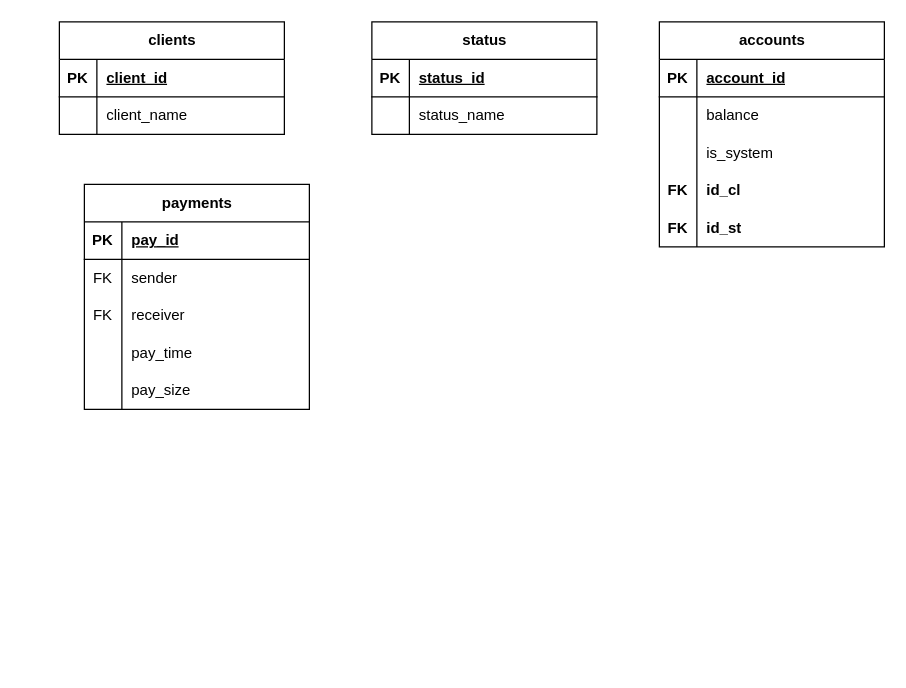
Earlier version of the draw.io diagram diargams/lab 2-2 new.drawio (kostya1962/DataBaseLab). Source tidied: cells renumbered, new cells numbered last; positions are measured from the earlier drawing's top-left corner, leaving out a move shared by most shapes. Both pictures are drawn from the tidied source at 125%, with x=0, y=0 at pixel (59, 21).
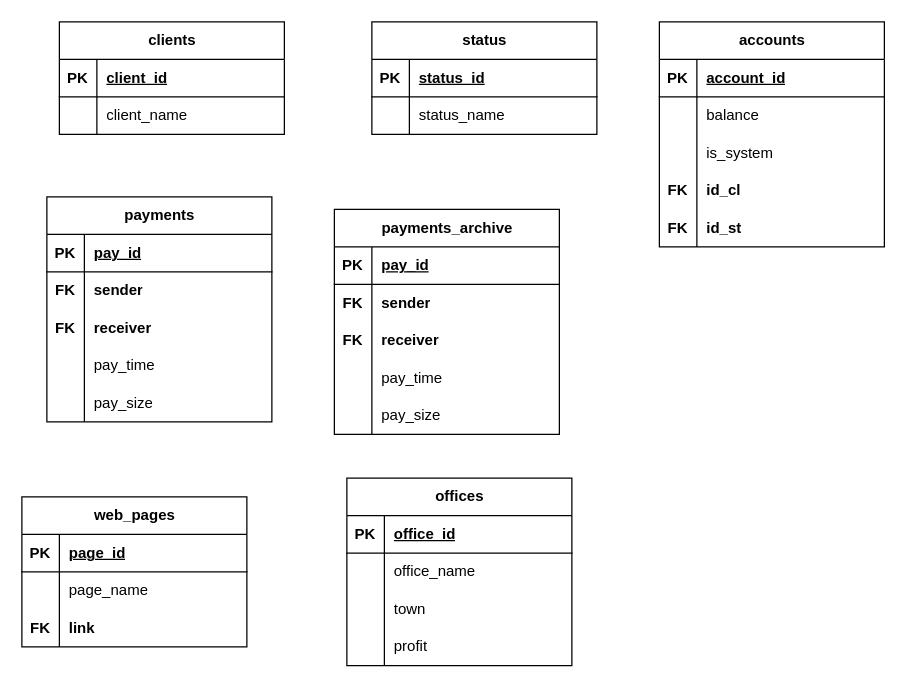
After the change.

Unchanged cells that the change refers to:
```xml
<mxCell id="36" style="shape=tableRow;horizontal=0;startSize=0;swimlaneHead=0;swimlaneBody=0;fillColor=none;top=0;left=0;right=0;bottom=0;" parent="32" vertex="1">
  <mxGeometry y="60" width="180" height="30" as="geometry" />
</mxCell>
<mxCell id="39" style="shape=tableRow;horizontal=0;startSize=0;swimlaneHead=0;swimlaneBody=0;fillColor=none;top=0;left=0;right=0;bottom=0;" parent="32" vertex="1">
  <mxGeometry y="90" width="180" height="30" as="geometry" />
</mxCell>
```

Change to the diagram source:
```diff
@@
     <mxCell id="32" value="payments" style="shape=table;startSize=30;childLayout=tableLayout;rowLines=0;fontStyle=1;align=center;html=1;" parent="1" vertex="1">
-      <mxGeometry x="20" y="130" width="180" height="180" as="geometry" />
+      <mxGeometry x="-10" y="140" width="180" height="180" as="geometry" />
     </mxCell>
@@
-    <mxCell id="37" value="FK" style="shape=partialRectangle;fillColor=none;top=0;left=0;bottom=0;right=0;overflow=hidden;whiteSpace=wrap;html=1;" parent="36" vertex="1">
+    <mxCell id="37" value="FK" style="shape=partialRectangle;fillColor=none;top=0;left=0;bottom=0;right=0;overflow=hidden;whiteSpace=wrap;html=1;fontStyle=1;" parent="36" vertex="1">
       <mxGeometry width="30" height="30" as="geometry" />
     </mxCell>
-    <mxCell id="38" value="sender" style="shape=partialRectangle;fillColor=none;top=0;left=0;bottom=0;right=0;align=left;spacingLeft=6;overflow=hidden;whiteSpace=wrap;html=1;" parent="36" vertex="1">
+    <mxCell id="38" value="sender" style="shape=partialRectangle;fillColor=none;top=0;left=0;bottom=0;right=0;align=left;spacingLeft=6;overflow=hidden;whiteSpace=wrap;html=1;fontStyle=1;" parent="36" vertex="1">
       <mxGeometry x="30" width="150" height="30" as="geometry" />
     </mxCell>
@@
-    <mxCell id="40" value="FK" style="shape=partialRectangle;fillColor=none;top=0;left=0;bottom=0;right=0;overflow=hidden;whiteSpace=wrap;html=1;" parent="39" vertex="1">
+    <mxCell id="40" value="FK" style="shape=partialRectangle;fillColor=none;top=0;left=0;bottom=0;right=0;overflow=hidden;whiteSpace=wrap;html=1;fontStyle=1;" parent="39" vertex="1">
       <mxGeometry width="30" height="30" as="geometry" />
     </mxCell>
-    <mxCell id="41" value="receiver" style="shape=partialRectangle;fillColor=none;top=0;left=0;bottom=0;right=0;align=left;spacingLeft=6;overflow=hidden;whiteSpace=wrap;html=1;" parent="39" vertex="1">
+    <mxCell id="41" value="receiver" style="shape=partialRectangle;fillColor=none;top=0;left=0;bottom=0;right=0;align=left;spacingLeft=6;overflow=hidden;whiteSpace=wrap;html=1;fontStyle=1;" parent="39" vertex="1">
       <mxGeometry x="30" width="150" height="30" as="geometry" />
     </mxCell>
@@
+    <mxCell id="48" value="payments_archive" style="shape=table;startSize=30;childLayout=tableLayout;rowLines=0;fontStyle=1;align=center;html=1;" parent="1" vertex="1">
+      <mxGeometry x="220" y="150" width="180" height="180" as="geometry" />
+    </mxCell>
+    <mxCell id="49" style="shape=tableRow;horizontal=0;startSize=0;swimlaneHead=0;swimlaneBody=0;fillColor=none;top=0;left=0;right=0;bottom=1;" parent="48" vertex="1">
+      <mxGeometry y="30" width="180" height="30" as="geometry" />
+    </mxCell>
+    <mxCell id="50" value="PK" style="shape=partialRectangle;fillColor=none;top=0;left=0;bottom=0;right=0;fontStyle=1;overflow=hidden;whiteSpace=wrap;html=1;" parent="49" vertex="1">
+      <mxGeometry width="30" height="30" as="geometry" />
+    </mxCell>
+    <mxCell id="51" value="pay_id" style="shape=partialRectangle;fillColor=none;top=0;left=0;bottom=0;right=0;align=left;spacingLeft=6;fontStyle=5;overflow=hidden;whiteSpace=wrap;html=1;" parent="49" vertex="1">
+      <mxGeometry x="30" width="150" height="30" as="geometry" />
+    </mxCell>
+    <mxCell id="52" style="shape=tableRow;horizontal=0;startSize=0;swimlaneHead=0;swimlaneBody=0;fillColor=none;top=0;left=0;right=0;bottom=0;" parent="48" vertex="1">
+      <mxGeometry y="60" width="180" height="30" as="geometry" />
+    </mxCell>
+    <mxCell id="53" value="FK" style="shape=partialRectangle;fillColor=none;top=0;left=0;bottom=0;right=0;overflow=hidden;whiteSpace=wrap;html=1;fontStyle=1;" parent="52" vertex="1">
+      <mxGeometry width="30" height="30" as="geometry" />
+    </mxCell>
+    <mxCell id="54" value="sender" style="shape=partialRectangle;fillColor=none;top=0;left=0;bottom=0;right=0;align=left;spacingLeft=6;overflow=hidden;whiteSpace=wrap;html=1;fontStyle=1;" parent="52" vertex="1">
+      <mxGeometry x="30" width="150" height="30" as="geometry" />
+    </mxCell>
+    <mxCell id="55" style="shape=tableRow;horizontal=0;startSize=0;swimlaneHead=0;swimlaneBody=0;fillColor=none;top=0;left=0;right=0;bottom=0;" parent="48" vertex="1">
+      <mxGeometry y="90" width="180" height="30" as="geometry" />
+    </mxCell>
+    <mxCell id="56" value="FK" style="shape=partialRectangle;fillColor=none;top=0;left=0;bottom=0;right=0;overflow=hidden;whiteSpace=wrap;html=1;fontStyle=1;" parent="55" vertex="1">
+      <mxGeometry width="30" height="30" as="geometry" />
+    </mxCell>
+    <mxCell id="57" value="receiver" style="shape=partialRectangle;fillColor=none;top=0;left=0;bottom=0;right=0;align=left;spacingLeft=6;overflow=hidden;whiteSpace=wrap;html=1;fontStyle=1;" parent="55" vertex="1">
+      <mxGeometry x="30" width="150" height="30" as="geometry" />
+    </mxCell>
+    <mxCell id="58" style="shape=tableRow;horizontal=0;startSize=0;swimlaneHead=0;swimlaneBody=0;fillColor=none;top=0;left=0;right=0;bottom=0;" parent="48" vertex="1">
+      <mxGeometry y="120" width="180" height="30" as="geometry" />
+    </mxCell>
+    <mxCell id="59" style="shape=partialRectangle;fillColor=none;top=0;left=0;bottom=0;right=0;overflow=hidden;whiteSpace=wrap;html=1;" parent="58" vertex="1">
+      <mxGeometry width="30" height="30" as="geometry" />
+    </mxCell>
+    <mxCell id="60" value="pay_time" style="shape=partialRectangle;fillColor=none;top=0;left=0;bottom=0;right=0;align=left;spacingLeft=6;overflow=hidden;whiteSpace=wrap;html=1;" parent="58" vertex="1">
+      <mxGeometry x="30" width="150" height="30" as="geometry" />
+    </mxCell>
+    <mxCell id="61" style="shape=tableRow;horizontal=0;startSize=0;swimlaneHead=0;swimlaneBody=0;fillColor=none;top=0;left=0;right=0;bottom=0;" parent="48" vertex="1">
+      <mxGeometry y="150" width="180" height="30" as="geometry" />
+    </mxCell>
+    <mxCell id="62" style="shape=partialRectangle;fillColor=none;top=0;left=0;bottom=0;right=0;overflow=hidden;whiteSpace=wrap;html=1;" parent="61" vertex="1">
+      <mxGeometry width="30" height="30" as="geometry" />
+    </mxCell>
+    <mxCell id="63" value="pay_size" style="shape=partialRectangle;fillColor=none;top=0;left=0;bottom=0;right=0;align=left;spacingLeft=6;overflow=hidden;whiteSpace=wrap;html=1;" parent="61" vertex="1">
+      <mxGeometry x="30" width="150" height="30" as="geometry" />
+    </mxCell>
+    <mxCell id="64" value="web_pages" style="shape=table;startSize=30;childLayout=tableLayout;rowLines=0;fontStyle=1;align=center;html=1;" parent="1" vertex="1">
+      <mxGeometry x="-30" y="380" width="180" height="120" as="geometry" />
+    </mxCell>
+    <mxCell id="65" style="shape=tableRow;horizontal=0;startSize=0;swimlaneHead=0;swimlaneBody=0;fillColor=none;top=0;left=0;right=0;bottom=1;" parent="64" vertex="1">
+      <mxGeometry y="30" width="180" height="30" as="geometry" />
+    </mxCell>
+    <mxCell id="66" value="PK" style="shape=partialRectangle;fillColor=none;top=0;left=0;bottom=0;right=0;fontStyle=1;overflow=hidden;whiteSpace=wrap;html=1;" parent="65" vertex="1">
+      <mxGeometry width="30" height="30" as="geometry" />
+    </mxCell>
+    <mxCell id="67" value="page_id" style="shape=partialRectangle;fillColor=none;top=0;left=0;bottom=0;right=0;align=left;spacingLeft=6;fontStyle=5;overflow=hidden;whiteSpace=wrap;html=1;" parent="65" vertex="1">
+      <mxGeometry x="30" width="150" height="30" as="geometry" />
+    </mxCell>
+    <mxCell id="68" style="shape=tableRow;horizontal=0;startSize=0;swimlaneHead=0;swimlaneBody=0;fillColor=none;top=0;left=0;right=0;bottom=0;" parent="64" vertex="1">
+      <mxGeometry y="60" width="180" height="30" as="geometry" />
+    </mxCell>
+    <mxCell id="69" style="shape=partialRectangle;fillColor=none;top=0;left=0;bottom=0;right=0;overflow=hidden;whiteSpace=wrap;html=1;" parent="68" vertex="1">
+      <mxGeometry width="30" height="30" as="geometry" />
+    </mxCell>
+    <mxCell id="70" value="page_name" style="shape=partialRectangle;fillColor=none;top=0;left=0;bottom=0;right=0;align=left;spacingLeft=6;overflow=hidden;whiteSpace=wrap;html=1;" parent="68" vertex="1">
+      <mxGeometry x="30" width="150" height="30" as="geometry" />
+    </mxCell>
+    <mxCell id="71" style="shape=tableRow;horizontal=0;startSize=0;swimlaneHead=0;swimlaneBody=0;fillColor=none;top=0;left=0;right=0;bottom=0;" parent="64" vertex="1">
+      <mxGeometry y="90" width="180" height="30" as="geometry" />
+    </mxCell>
+    <mxCell id="72" value="&lt;b&gt;FK&lt;/b&gt;" style="shape=partialRectangle;fillColor=none;top=0;left=0;bottom=0;right=0;overflow=hidden;whiteSpace=wrap;html=1;" parent="71" vertex="1">
+      <mxGeometry width="30" height="30" as="geometry" />
+    </mxCell>
+    <mxCell id="73" value="&lt;b&gt;link&lt;/b&gt;" style="shape=partialRectangle;fillColor=none;top=0;left=0;bottom=0;right=0;align=left;spacingLeft=6;overflow=hidden;whiteSpace=wrap;html=1;" parent="71" vertex="1">
+      <mxGeometry x="30" width="150" height="30" as="geometry" />
+    </mxCell>
+    <mxCell id="74" value="offices" style="shape=table;startSize=30;childLayout=tableLayout;rowLines=0;fontStyle=1;align=center;html=1;" parent="1" vertex="1">
+      <mxGeometry x="230" y="365" width="180" height="150" as="geometry" />
+    </mxCell>
+    <mxCell id="75" style="shape=tableRow;horizontal=0;startSize=0;swimlaneHead=0;swimlaneBody=0;fillColor=none;top=0;left=0;right=0;bottom=1;" parent="74" vertex="1">
+      <mxGeometry y="30" width="180" height="30" as="geometry" />
+    </mxCell>
+    <mxCell id="76" value="PK" style="shape=partialRectangle;fillColor=none;top=0;left=0;bottom=0;right=0;fontStyle=1;overflow=hidden;whiteSpace=wrap;html=1;" parent="75" vertex="1">
+      <mxGeometry width="30" height="30" as="geometry" />
+    </mxCell>
+    <mxCell id="77" value="office_id" style="shape=partialRectangle;fillColor=none;top=0;left=0;bottom=0;right=0;align=left;spacingLeft=6;fontStyle=5;overflow=hidden;whiteSpace=wrap;html=1;" parent="75" vertex="1">
+      <mxGeometry x="30" width="150" height="30" as="geometry" />
+    </mxCell>
+    <mxCell id="78" style="shape=tableRow;horizontal=0;startSize=0;swimlaneHead=0;swimlaneBody=0;fillColor=none;top=0;left=0;right=0;bottom=0;" parent="74" vertex="1">
+      <mxGeometry y="60" width="180" height="30" as="geometry" />
+    </mxCell>
+    <mxCell id="79" style="shape=partialRectangle;fillColor=none;top=0;left=0;bottom=0;right=0;overflow=hidden;whiteSpace=wrap;html=1;" parent="78" vertex="1">
+      <mxGeometry width="30" height="30" as="geometry" />
+    </mxCell>
+    <mxCell id="80" value="office_name" style="shape=partialRectangle;fillColor=none;top=0;left=0;bottom=0;right=0;align=left;spacingLeft=6;overflow=hidden;whiteSpace=wrap;html=1;" parent="78" vertex="1">
+      <mxGeometry x="30" width="150" height="30" as="geometry" />
+    </mxCell>
+    <mxCell id="81" style="shape=tableRow;horizontal=0;startSize=0;swimlaneHead=0;swimlaneBody=0;fillColor=none;top=0;left=0;right=0;bottom=0;" parent="74" vertex="1">
+      <mxGeometry y="90" width="180" height="30" as="geometry" />
+    </mxCell>
+    <mxCell id="82" style="shape=partialRectangle;fillColor=none;top=0;left=0;bottom=0;right=0;overflow=hidden;whiteSpace=wrap;html=1;" parent="81" vertex="1">
+      <mxGeometry width="30" height="30" as="geometry" />
+    </mxCell>
+    <mxCell id="83" value="town" style="shape=partialRectangle;fillColor=none;top=0;left=0;bottom=0;right=0;align=left;spacingLeft=6;overflow=hidden;whiteSpace=wrap;html=1;" parent="81" vertex="1">
+      <mxGeometry x="30" width="150" height="30" as="geometry" />
+    </mxCell>
+    <mxCell id="84" style="shape=tableRow;horizontal=0;startSize=0;swimlaneHead=0;swimlaneBody=0;fillColor=none;top=0;left=0;right=0;bottom=0;" parent="74" vertex="1">
+      <mxGeometry y="120" width="180" height="30" as="geometry" />
+    </mxCell>
+    <mxCell id="85" style="shape=partialRectangle;fillColor=none;top=0;left=0;bottom=0;right=0;overflow=hidden;whiteSpace=wrap;html=1;" parent="84" vertex="1">
+      <mxGeometry width="30" height="30" as="geometry" />
+    </mxCell>
+    <mxCell id="86" value="profit" style="shape=partialRectangle;fillColor=none;top=0;left=0;bottom=0;right=0;align=left;spacingLeft=6;overflow=hidden;whiteSpace=wrap;html=1;" parent="84" vertex="1">
+      <mxGeometry x="30" width="150" height="30" as="geometry" />
+    </mxCell>
```
